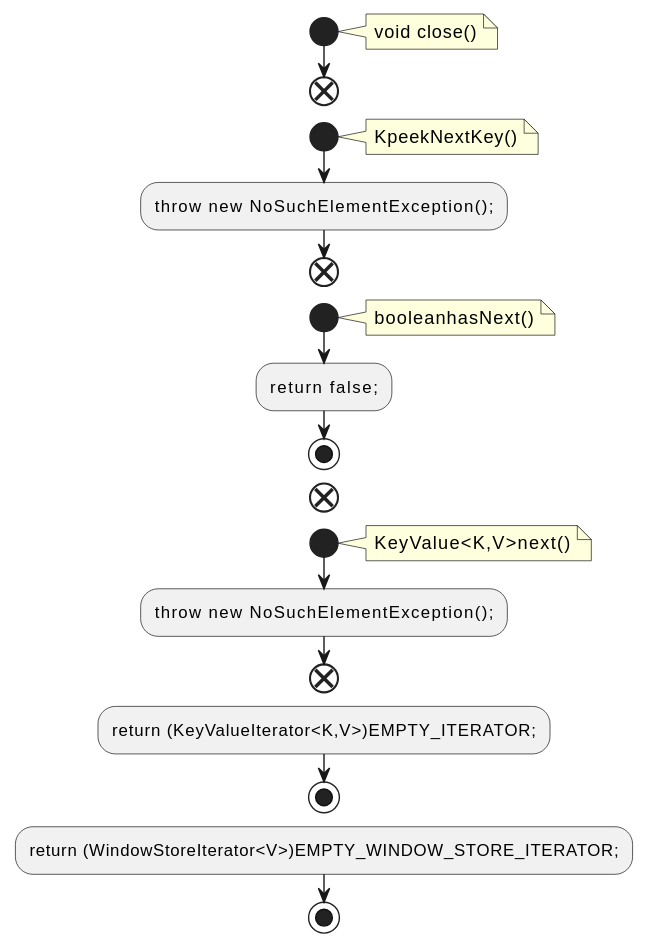
Before: docs/qc/streams/src/main/java/org/apache/kafka/streams/state/internals/KeyValueIterators.java.fct.svg, a diagram exported from PlantUML (qualitesys/kafka).
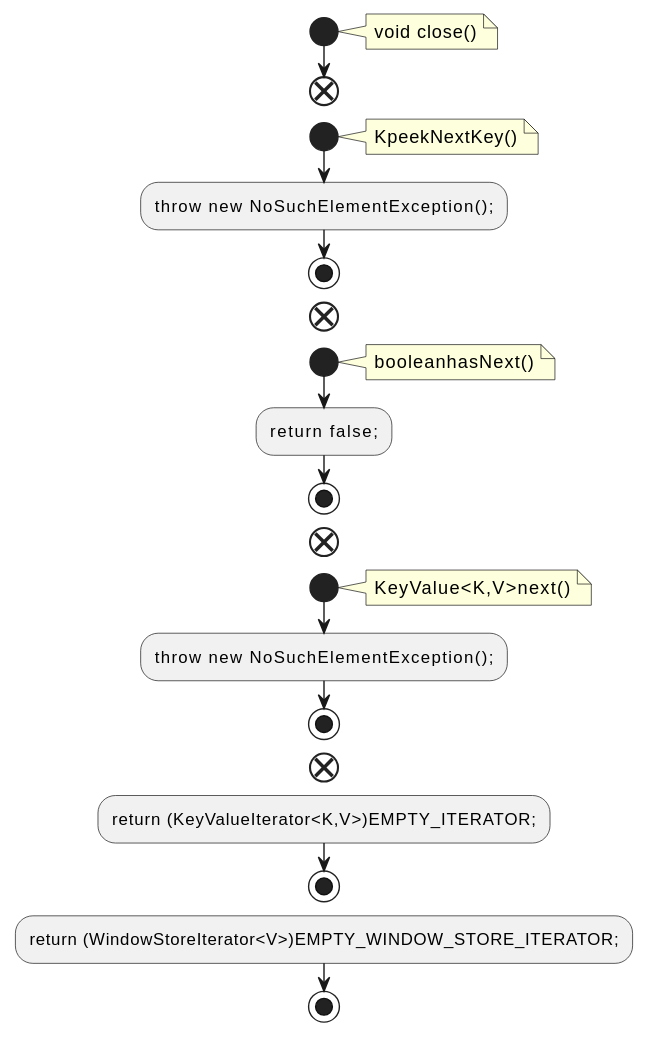
After the change.

The edit, as a diff of the source:
```diff
@@ -10,6 +10,7 @@
 KpeekNextKey()
 end note
 :throw new NoSuchElementException();;
+stop
 end
 start
 note right
@@ -23,6 +24,7 @@
 KeyValue<K,V>next()
 end note
 :throw new NoSuchElementException();;
+stop
 end
 :return (KeyValueIterator<K,V>)EMPTY_ITERATOR;;
 stop
```
